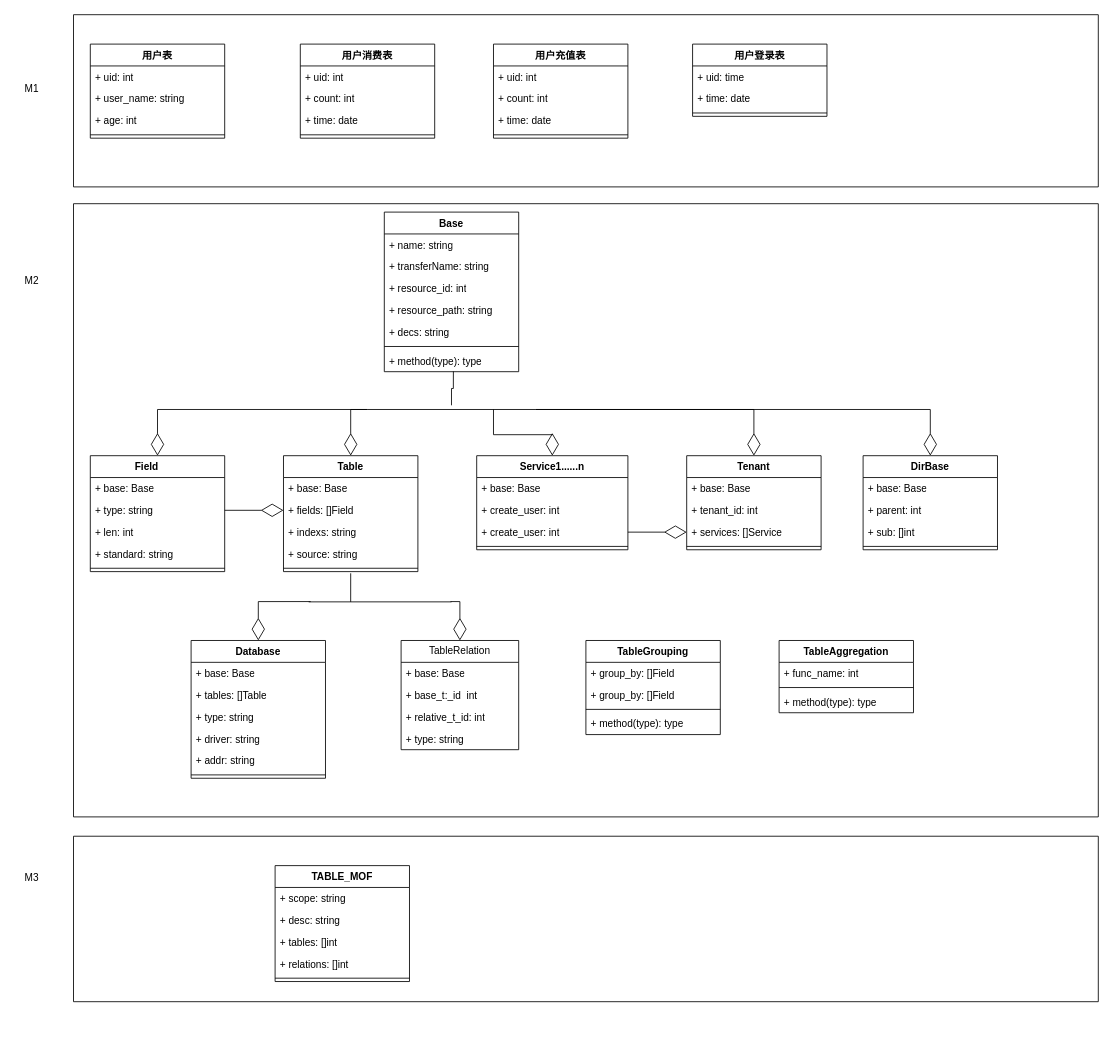
Above: page "第 4 页" (4 of 5) of Crm-Saas/crm-saas.drawio in zhangshuntao-ola/MyDraw (draw.io), before the change. Source tidied: cells renumbered, new cells numbered last; positions are measured from the earlier drawing's top-left corner, leaving out a move shared by most shapes. Both pictures are drawn from the tidied source at 84%, with x=0, y=0 at pixel (14, 14).
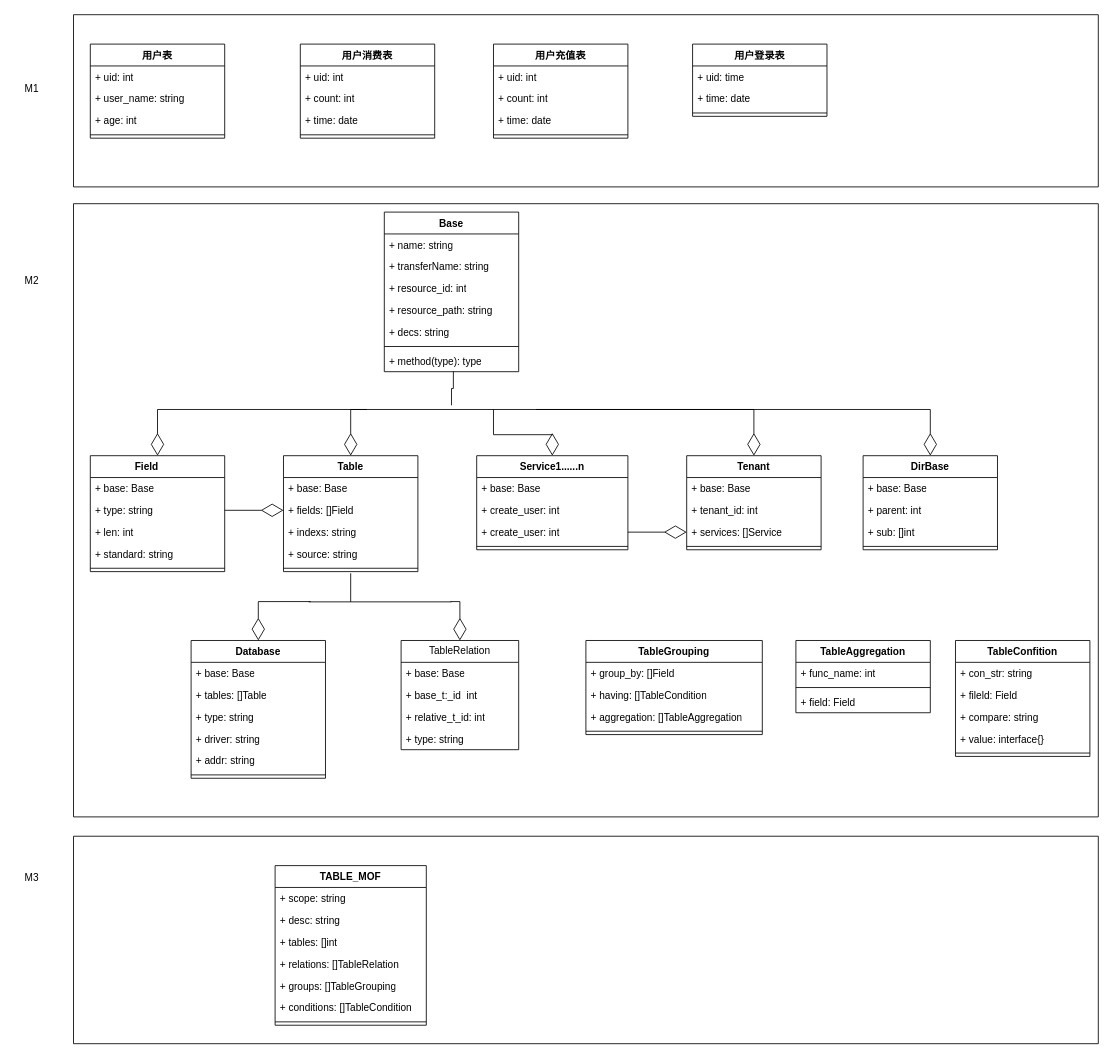
Above is the later version.

What changed in the source:
```diff
@@
     <mxCell id="83" value="TABLE_MOF" style="swimlane;fontStyle=1;align=center;verticalAlign=top;horizontal=1;startSize=26;whiteSpace=wrap;html=1;" parent="1" vertex="1">
-      <mxGeometry x="310" y="1013" width="160" height="138" as="geometry" />
+      <mxGeometry x="310" y="1013" width="180" height="190" as="geometry" />
     </mxCell>
     <mxCell id="84" value="+ scope: string" style="text;strokeColor=none;fillColor=none;align=left;verticalAlign=top;spacingLeft=4;spacingRight=4;overflow=hidden;whiteSpace=wrap;html=1;" parent="83" vertex="1">
-      <mxGeometry y="26" width="160" height="26" as="geometry" />
+      <mxGeometry y="26" width="180" height="26" as="geometry" />
     </mxCell>
     <mxCell id="85" value="+ desc: string" style="text;strokeColor=none;fillColor=none;align=left;verticalAlign=top;spacingLeft=4;spacingRight=4;overflow=hidden;whiteSpace=wrap;html=1;" parent="83" vertex="1">
-      <mxGeometry y="52" width="160" height="26" as="geometry" />
+      <mxGeometry y="52" width="180" height="26" as="geometry" />
     </mxCell>
     <mxCell id="86" value="+ tables: []int" style="text;strokeColor=none;fillColor=none;align=left;verticalAlign=top;spacingLeft=4;spacingRight=4;overflow=hidden;whiteSpace=wrap;html=1;" parent="83" vertex="1">
-      <mxGeometry y="78" width="160" height="26" as="geometry" />
+      <mxGeometry y="78" width="180" height="26" as="geometry" />
     </mxCell>
-    <mxCell id="87" value="+ relations: []int" style="text;strokeColor=none;fillColor=none;align=left;verticalAlign=top;spacingLeft=4;spacingRight=4;overflow=hidden;whiteSpace=wrap;html=1;" parent="83" vertex="1">
-      <mxGeometry y="104" width="160" height="26" as="geometry" />
+    <mxCell id="87" value="+ relations: []TableRelation" style="text;strokeColor=none;fillColor=none;align=left;verticalAlign=top;spacingLeft=4;spacingRight=4;overflow=hidden;whiteSpace=wrap;html=1;" parent="83" vertex="1">
+      <mxGeometry y="104" width="180" height="26" as="geometry" />
     </mxCell>
+    <mxCell id="102" value="+ groups: []TableGrouping" style="text;strokeColor=none;fillColor=none;align=left;verticalAlign=top;spacingLeft=4;spacingRight=4;overflow=hidden;whiteSpace=wrap;html=1;" parent="83" vertex="1">
+      <mxGeometry y="130" width="180" height="26" as="geometry" />
+    </mxCell>
+    <mxCell id="103" value="+ conditions: []TableCondition" style="text;strokeColor=none;fillColor=none;align=left;verticalAlign=top;spacingLeft=4;spacingRight=4;overflow=hidden;whiteSpace=wrap;html=1;" parent="83" vertex="1">
+      <mxGeometry y="156" width="180" height="26" as="geometry" />
+    </mxCell>
     <mxCell id="88" style="line;strokeWidth=1;fillColor=none;align=left;verticalAlign=middle;spacingTop=-1;spacingLeft=3;spacingRight=3;labelPosition=right;strokeColor=inherit;" parent="83" vertex="1">
-      <mxGeometry y="130" width="160" height="8" as="geometry" />
+      <mxGeometry y="182" width="180" height="8" as="geometry" />
     </mxCell>
@@
+    <mxCell id="94" value="TableGrouping" style="swimlane;fontStyle=1;align=center;verticalAlign=top;horizontal=1;startSize=26;whiteSpace=wrap;html=1;" parent="1" vertex="1">
+      <mxGeometry x="680" y="745" width="210" height="112" as="geometry" />
+    </mxCell>
+    <mxCell id="95" value="+ group_by: []Field" style="text;strokeColor=none;fillColor=none;align=left;verticalAlign=top;spacingLeft=4;spacingRight=4;overflow=hidden;whiteSpace=wrap;html=1;" parent="94" vertex="1">
+      <mxGeometry y="26" width="210" height="26" as="geometry" />
+    </mxCell>
+    <mxCell id="96" value="+ having: []TableCondition" style="text;strokeColor=none;fillColor=none;align=left;verticalAlign=top;spacingLeft=4;spacingRight=4;overflow=hidden;whiteSpace=wrap;html=1;" parent="94" vertex="1">
+      <mxGeometry y="52" width="210" height="26" as="geometry" />
+    </mxCell>
+    <mxCell id="104" value="+ aggregation: []TableAggregation" style="text;strokeColor=none;fillColor=none;align=left;verticalAlign=top;spacingLeft=4;spacingRight=4;overflow=hidden;whiteSpace=wrap;html=1;" parent="94" vertex="1">
+      <mxGeometry y="78" width="210" height="26" as="geometry" />
+    </mxCell>
+    <mxCell id="97" style="line;strokeWidth=1;fillColor=none;align=left;verticalAlign=middle;spacingTop=-1;spacingLeft=3;spacingRight=3;labelPosition=right;strokeColor=inherit;" parent="94" vertex="1">
+      <mxGeometry y="104" width="210" height="8" as="geometry" />
+    </mxCell>
+    <mxCell id="99" style="swimlane;startSize=0;" parent="1" vertex="1">
+      <mxGeometry x="70" width="1220" height="205" as="geometry" />
+    </mxCell>
+    <mxCell id="100" style="swimlane;startSize=0;" parent="1" vertex="1">
+      <mxGeometry x="70" y="225" width="1220" height="730" as="geometry" />
+    </mxCell>
-    <mxCell id="90" value="TableAggregation" style="swimlane;fontStyle=1;align=center;verticalAlign=top;horizontal=1;startSize=26;whiteSpace=wrap;html=1;" parent="1" vertex="1">
-      <mxGeometry x="910" y="745" width="160" height="86" as="geometry" />
+    <mxCell id="90" value="TableAggregation" style="swimlane;fontStyle=1;align=center;verticalAlign=top;horizontal=1;startSize=26;whiteSpace=wrap;html=1;" parent="100" vertex="1">
+      <mxGeometry x="860" y="520" width="160" height="86" as="geometry" />
     </mxCell>
@@
-    <mxCell id="93" value="+ method(type): type" style="text;strokeColor=none;fillColor=none;align=left;verticalAlign=top;spacingLeft=4;spacingRight=4;overflow=hidden;whiteSpace=wrap;html=1;" parent="90" vertex="1">
-      <mxGeometry y="60" width="160" height="26" as="geometry" />
-    </mxCell>
-    <mxCell id="94" value="TableGrouping" style="swimlane;fontStyle=1;align=center;verticalAlign=top;horizontal=1;startSize=26;whiteSpace=wrap;html=1;" parent="1" vertex="1">
-      <mxGeometry x="680" y="745" width="160" height="112" as="geometry" />
-    </mxCell>
-    <mxCell id="95" value="+ group_by: []Field" style="text;strokeColor=none;fillColor=none;align=left;verticalAlign=top;spacingLeft=4;spacingRight=4;overflow=hidden;whiteSpace=wrap;html=1;" parent="94" vertex="1">
-      <mxGeometry y="26" width="160" height="26" as="geometry" />
-    </mxCell>
-    <mxCell id="96" value="+ group_by: []Field" style="text;strokeColor=none;fillColor=none;align=left;verticalAlign=top;spacingLeft=4;spacingRight=4;overflow=hidden;whiteSpace=wrap;html=1;" parent="94" vertex="1">
-      <mxGeometry y="52" width="160" height="26" as="geometry" />
-    </mxCell>
-    <mxCell id="97" style="line;strokeWidth=1;fillColor=none;align=left;verticalAlign=middle;spacingTop=-1;spacingLeft=3;spacingRight=3;labelPosition=right;strokeColor=inherit;" parent="94" vertex="1">
-      <mxGeometry y="78" width="160" height="8" as="geometry" />
-    </mxCell>
-    <mxCell id="98" value="+ method(type): type" style="text;strokeColor=none;fillColor=none;align=left;verticalAlign=top;spacingLeft=4;spacingRight=4;overflow=hidden;whiteSpace=wrap;html=1;" parent="94" vertex="1">
-      <mxGeometry y="86" width="160" height="26" as="geometry" />
-    </mxCell>
-    <mxCell id="99" style="swimlane;startSize=0;" parent="1" vertex="1">
-      <mxGeometry x="70" width="1220" height="205" as="geometry" />
-    </mxCell>
-    <mxCell id="100" style="swimlane;startSize=0;" parent="1" vertex="1">
-      <mxGeometry x="70" y="225" width="1220" height="730" as="geometry" />
-    </mxCell>
+    <mxCell id="105" value="+ field: Field" style="text;strokeColor=none;fillColor=none;align=left;verticalAlign=top;spacingLeft=4;spacingRight=4;overflow=hidden;whiteSpace=wrap;html=1;" parent="90" vertex="1">
+      <mxGeometry y="60" width="160" height="26" as="geometry" />
+    </mxCell>
+    <mxCell id="106" value="TableConfition" style="swimlane;fontStyle=1;align=center;verticalAlign=top;horizontal=1;startSize=26;whiteSpace=wrap;html=1;" parent="100" vertex="1">
+      <mxGeometry x="1050" y="520" width="160" height="138" as="geometry" />
+    </mxCell>
+    <mxCell id="107" value="+ con_str: string" style="text;strokeColor=none;fillColor=none;align=left;verticalAlign=top;spacingLeft=4;spacingRight=4;overflow=hidden;whiteSpace=wrap;html=1;" parent="106" vertex="1">
+      <mxGeometry y="26" width="160" height="26" as="geometry" />
+    </mxCell>
+    <mxCell id="108" value="+ fileld: Field" style="text;strokeColor=none;fillColor=none;align=left;verticalAlign=top;spacingLeft=4;spacingRight=4;overflow=hidden;whiteSpace=wrap;html=1;" parent="106" vertex="1">
+      <mxGeometry y="52" width="160" height="26" as="geometry" />
+    </mxCell>
+    <mxCell id="109" value="+ compare: string" style="text;strokeColor=none;fillColor=none;align=left;verticalAlign=top;spacingLeft=4;spacingRight=4;overflow=hidden;whiteSpace=wrap;html=1;" parent="106" vertex="1">
+      <mxGeometry y="78" width="160" height="26" as="geometry" />
+    </mxCell>
+    <mxCell id="110" value="+ value: interface{}" style="text;strokeColor=none;fillColor=none;align=left;verticalAlign=top;spacingLeft=4;spacingRight=4;overflow=hidden;whiteSpace=wrap;html=1;" parent="106" vertex="1">
+      <mxGeometry y="104" width="160" height="26" as="geometry" />
+    </mxCell>
+    <mxCell id="111" style="line;strokeWidth=1;fillColor=none;align=left;verticalAlign=middle;spacingTop=-1;spacingLeft=3;spacingRight=3;labelPosition=right;strokeColor=inherit;" parent="106" vertex="1">
+      <mxGeometry y="130" width="160" height="8" as="geometry" />
+    </mxCell>
     <mxCell id="101" style="swimlane;startSize=0;" parent="1" vertex="1">
-      <mxGeometry x="70" y="978" width="1220" height="197" as="geometry" />
+      <mxGeometry x="70" y="978" width="1220" height="247" as="geometry" />
     </mxCell>
```
